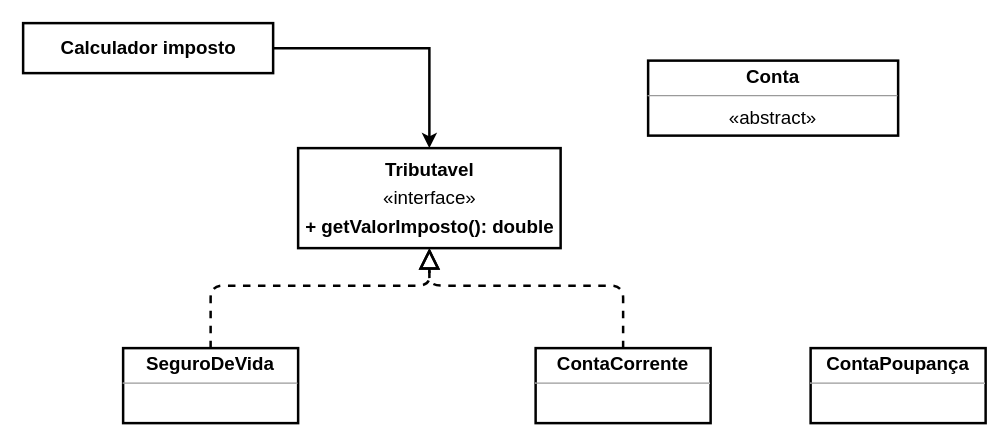
Salamandarim277/Java-OO-Introducao-a-Orientacao-a-Objetos keeps this draw.io diagram as Untitled Diagram.drawio. Above is the earlier version. Source tidied: cells renumbered, new cells numbered last; positions are measured from the earlier drawing's top-left corner, leaving out a move shared by most shapes. Both pictures are drawn from the tidied source at 125%, with x=0, y=0 at pixel (22, 22).
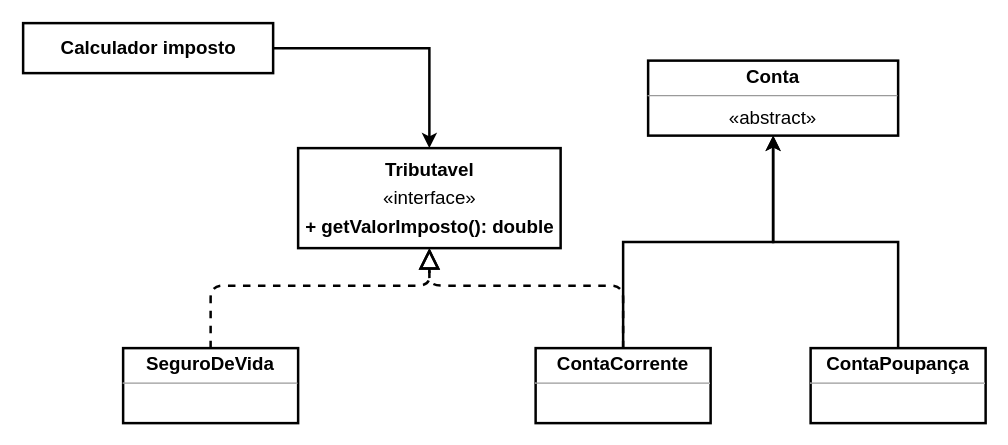
The same diagram, later.

What changed in the source:
```diff
@@
 <mxGraphModel>
   <root>
     <mxCell id="0" />
     <mxCell id="1" parent="0" />
     <mxCell id="2" value="&lt;p style=&quot;line-height: 150% ; font-size: 15px&quot;&gt;&lt;b&gt;Tributavel&lt;/b&gt;&lt;br&gt;«interface»&lt;br&gt;&lt;b&gt;+ getValorImposto(): double&lt;/b&gt;&lt;/p&gt;" style="html=1;strokeWidth=2;" parent="1" vertex="1">
       <mxGeometry x="220" y="100" width="210" height="80" as="geometry" />
     </mxCell>
     <mxCell id="3" style="edgeStyle=orthogonalEdgeStyle;jettySize=auto;html=1;entryX=0.5;entryY=0;entryDx=0;entryDy=0;targetPerimeterSpacing=0;sourcePerimeterSpacing=0;shadow=0;sketch=0;rounded=0;strokeWidth=2;" parent="1" edge="1" source="4" target="2">
       <mxGeometry relative="1" as="geometry" />
     </mxCell>
     <mxCell id="4" value="&lt;b style=&quot;line-height: 150%&quot;&gt;&lt;font style=&quot;font-size: 15px&quot;&gt;Calculador imposto&lt;/font&gt;&lt;/b&gt;" style="html=1;strokeWidth=2;" parent="1" vertex="1">
       <mxGeometry width="200" height="40" as="geometry" />
     </mxCell>
     <mxCell id="5" value="&lt;p style=&quot;margin: 4px 0px 0px ; text-align: center ; font-size: 15px&quot;&gt;&lt;b style=&quot;line-height: 100%&quot;&gt;&lt;font style=&quot;font-size: 15px&quot;&gt;Se&lt;/font&gt;&lt;font style=&quot;font-size: 15px&quot;&gt;guroDeVida&lt;/font&gt;&lt;/b&gt;&lt;/p&gt;&lt;hr size=&quot;1&quot;&gt;&lt;div style=&quot;height: 2px&quot;&gt;&lt;/div&gt;" style="verticalAlign=top;align=left;overflow=fill;fontSize=12;fontFamily=Helvetica;html=1;strokeWidth=2;" parent="1" vertex="1">
       <mxGeometry x="80" y="260" width="140" height="60" as="geometry" />
     </mxCell>
     <mxCell id="6" style="endArrow=block;dashed=1;endFill=0;endSize=12;html=1;shadow=0;sourcePerimeterSpacing=0;targetPerimeterSpacing=0;strokeWidth=2;exitX=0.5;exitY=0;exitDx=0;exitDy=0;entryX=0.5;entryY=1;entryDx=0;entryDy=0;" parent="1" edge="1" source="5" target="2">
       <mxGeometry relative="1" as="geometry">
         <Array as="points">
           <mxPoint x="150" y="210" />
           <mxPoint x="325" y="210" />
         </Array>
       </mxGeometry>
     </mxCell>
+    <mxCell id="11" style="edgeStyle=orthogonalEdgeStyle;rounded=0;jettySize=auto;html=1;entryX=0.5;entryY=1;entryDx=0;entryDy=0;strokeWidth=2;" parent="1" edge="1" source="7" target="9">
+      <mxGeometry relative="1" as="geometry" />
+    </mxCell>
     <mxCell id="7" value="&lt;p style=&quot;margin: 4px 0px 0px ; text-align: center ; font-size: 15px&quot;&gt;&lt;b&gt;ContaCorrente&lt;/b&gt;&lt;/p&gt;&lt;hr size=&quot;1&quot;&gt;&lt;div style=&quot;height: 2px&quot;&gt;&lt;/div&gt;" style="verticalAlign=top;align=left;overflow=fill;fontSize=12;fontFamily=Helvetica;html=1;strokeWidth=2;" parent="1" vertex="1">
       <mxGeometry x="410" y="260" width="140" height="60" as="geometry" />
     </mxCell>
+    <mxCell id="12" style="edgeStyle=orthogonalEdgeStyle;rounded=0;jettySize=auto;html=1;entryX=0.5;entryY=1;entryDx=0;entryDy=0;strokeWidth=2;" parent="1" edge="1" source="8" target="9">
+      <mxGeometry relative="1" as="geometry" />
+    </mxCell>
     <mxCell id="8" value="&lt;p style=&quot;margin: 4px 0px 0px ; text-align: center ; font-size: 15px&quot;&gt;&lt;b&gt;ContaPoupança&lt;/b&gt;&lt;/p&gt;&lt;hr size=&quot;1&quot;&gt;&lt;div style=&quot;height: 2px&quot;&gt;&lt;/div&gt;" style="verticalAlign=top;align=left;overflow=fill;fontSize=12;fontFamily=Helvetica;html=1;strokeWidth=2;" parent="1" vertex="1">
       <mxGeometry x="630" y="260" width="140" height="60" as="geometry" />
     </mxCell>
     <mxCell id="9" value="&lt;p style=&quot;margin: 4px 0px 0px ; text-align: center ; font-size: 15px&quot;&gt;&lt;b&gt;Conta&lt;/b&gt;&lt;/p&gt;&lt;hr size=&quot;1&quot;&gt;&lt;div style=&quot;text-align: center ; height: 2px&quot;&gt;&lt;span style=&quot;font-size: 15px&quot;&gt; &lt;/span&gt;&lt;/div&gt;&lt;span style=&quot;font-size: 15px&quot;&gt;&lt;div style=&quot;text-align: center&quot;&gt;&lt;span&gt;«abstract&lt;/span&gt;&lt;span style=&quot;text-align: center&quot;&gt;»&lt;/span&gt;&lt;/div&gt;&lt;/span&gt;" style="verticalAlign=top;align=left;overflow=fill;fontSize=12;fontFamily=Helvetica;html=1;strokeWidth=2;" parent="1" vertex="1">
       <mxGeometry x="500" y="30" width="200" height="60" as="geometry" />
     </mxCell>
     <mxCell id="10" style="endArrow=block;dashed=1;endFill=0;endSize=12;html=1;shadow=0;sourcePerimeterSpacing=0;targetPerimeterSpacing=0;strokeWidth=2;exitX=0.5;exitY=0;exitDx=0;exitDy=0;entryX=0.5;entryY=1;entryDx=0;entryDy=0;" parent="1" edge="1" source="7" target="2">
       <mxGeometry relative="1" as="geometry">
         <Array as="points">
           <mxPoint x="480" y="210" />
           <mxPoint x="325" y="210" />
         </Array>
       </mxGeometry>
     </mxCell>
   </root>
 </mxGraphModel>
```
